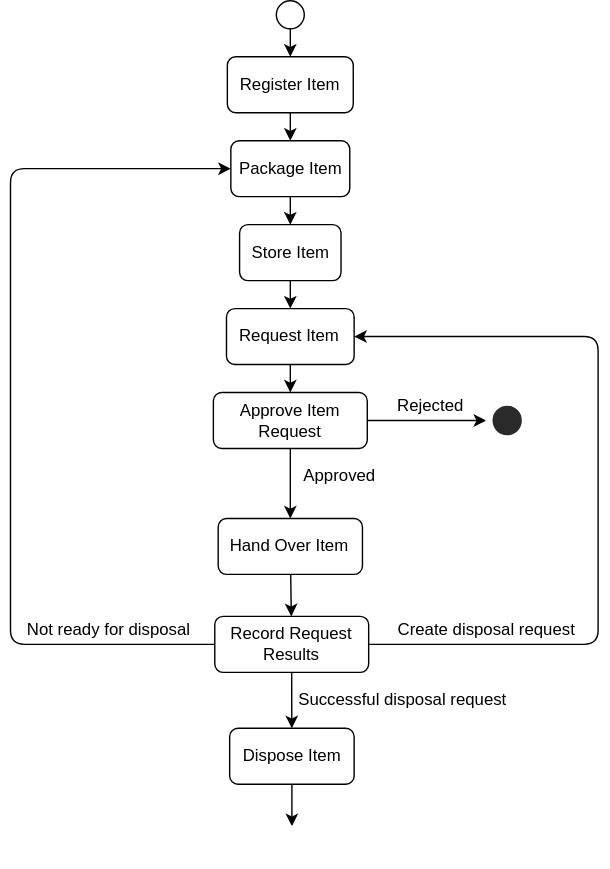
Before: documentation/process-overview.drawio.svg, a diagram exported from draw.io (Gadnex/documentation-example). Source tidied: cells renumbered, new cells last; positions are measured from the earlier drawing's top-left corner, leaving out a move shared by most shapes.
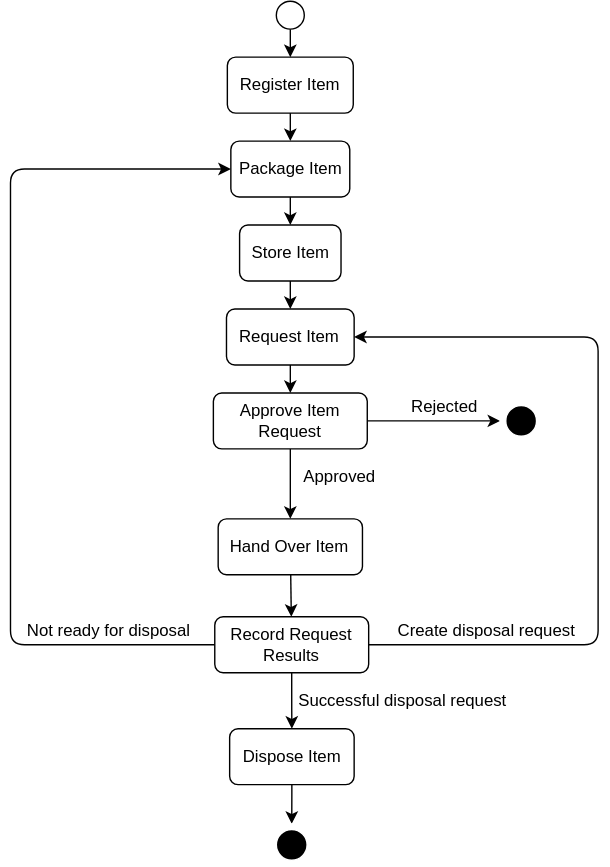
The same diagram one commit later.

Commit message:
Fix activity diagram end symbol

What changed in the source:
```diff
@@ -41,7 +41,7 @@
     <mxCell id="14" style="edgeStyle=none;html=1;entryX=0.5;entryY=0;entryDx=0;entryDy=0;" parent="1" edge="1" source="16" target="13">
       <mxGeometry relative="1" as="geometry" />
     </mxCell>
-    <mxCell id="15" style="edgeStyle=none;html=1;entryX=0;entryY=0.5;entryDx=0;entryDy=0;" parent="1" edge="1" source="16" target="18">
+    <mxCell id="15" style="edgeStyle=none;html=1;entryX=0;entryY=0.5;entryDx=0;entryDy=0;" parent="1" edge="1" source="16" target="30">
       <mxGeometry relative="1" as="geometry" />
     </mxCell>
     <mxCell id="16" value="Approve Item Request" style="rounded=1;whiteSpace=wrap;html=1;" parent="1" vertex="1">
@@ -50,11 +50,8 @@
     <mxCell id="17" value="Approved" style="text;html=1;align=center;verticalAlign=middle;strokeColor=none;fillColor=none;" parent="1" vertex="1">
       <mxGeometry x="200" y="330" width="70" height="20" as="geometry" />
     </mxCell>
-    <mxCell id="18" style="ellipse;html=1;shape=endState;fillColor=#2A2A2A;strokeColor=#FFFFFF;" parent="1" vertex="1">
-      <mxGeometry x="340" y="285" width="30" height="30" as="geometry" />
-    </mxCell>
     <mxCell id="19" value="Rejected" style="text;html=1;align=center;verticalAlign=middle;strokeColor=none;fillColor=none;" parent="1" vertex="1">
-      <mxGeometry x="270" y="280" width="60" height="20" as="geometry" />
+      <mxGeometry x="280" y="280" width="60" height="20" as="geometry" />
     </mxCell>
     <mxCell id="20" style="edgeStyle=orthogonalEdgeStyle;html=1;entryX=0;entryY=0.5;entryDx=0;entryDy=0;" parent="1" edge="1" source="23" target="7">
       <mxGeometry relative="1" as="geometry">
@@ -81,7 +78,7 @@
     <mxCell id="24" value="Not ready for disposal" style="text;html=1;align=center;verticalAlign=middle;strokeColor=none;fillColor=none;" parent="1" vertex="1">
       <mxGeometry x="5" y="440" width="130" height="20" as="geometry" />
     </mxCell>
-    <mxCell id="25" style="edgeStyle=orthogonalEdgeStyle;html=1;entryX=0.5;entryY=0;entryDx=0;entryDy=0;" parent="1" edge="1" source="26" target="29">
+    <mxCell id="25" style="edgeStyle=orthogonalEdgeStyle;html=1;entryX=0.5;entryY=0;entryDx=0;entryDy=0;" parent="1" edge="1" source="26" target="31">
       <mxGeometry relative="1" as="geometry" />
     </mxCell>
     <mxCell id="26" value="Dispose Item" style="whiteSpace=wrap;html=1;rounded=1;" parent="1" vertex="1">
@@ -93,8 +90,11 @@
     <mxCell id="28" value="Successful disposal request" style="text;html=1;align=center;verticalAlign=middle;strokeColor=none;fillColor=none;" parent="1" vertex="1">
       <mxGeometry x="200" y="490" width="160" height="20" as="geometry" />
     </mxCell>
-    <mxCell id="29" style="ellipse;html=1;shape=endState;fillColor=default;strokeColor=#FFFFFF;" parent="1" vertex="1">
-      <mxGeometry x="186.1" y="590" width="30" height="30" as="geometry" />
-    </mxCell>
+    <mxCell id="30" style="ellipse;html=1;shape=endState;fillColor=#000000;strokeColor=#FFFFFF;" parent="1" vertex="1">
+      <mxGeometry x="350" y="285" width="30" height="30" as="geometry" />
+    </mxCell>
+    <mxCell id="31" style="ellipse;html=1;shape=endState;fillColor=#000000;strokeColor=#FFFFFF;" parent="1" vertex="1">
+      <mxGeometry x="186" y="588" width="30" height="30" as="geometry" />
+    </mxCell>
   </root>
 </mxGraphModel>
```
